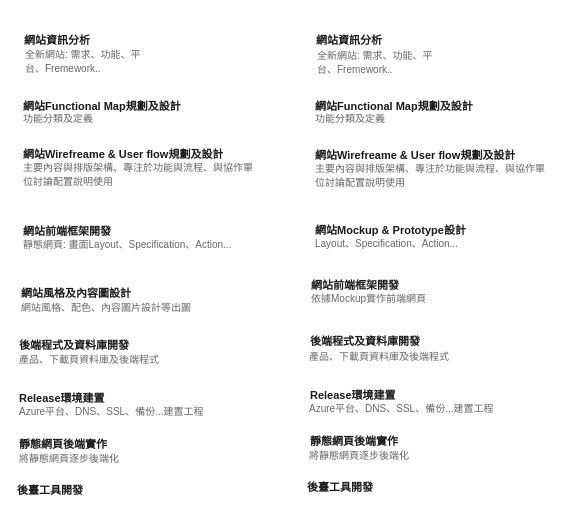
The draw.io diagram 網站進行方式.drawio in neil0314/neil0314, before the edit. Source tidied: cells renumbered, new cells numbered last; positions are measured from the earlier drawing's top-left corner, leaving out a move shared by most shapes. Both pictures are drawn from the tidied source at 100%, with x=0, y=0 at pixel (17, 16).
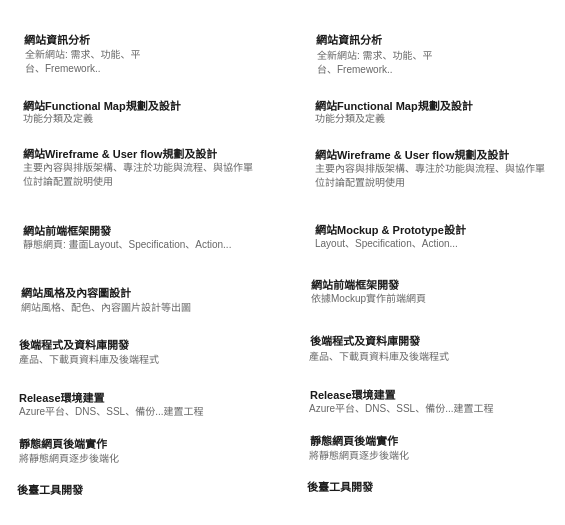
The same diagram, later.

Commit message:
更新網站進行方式.drawio

Diff of the diagram source:
```diff
@@
-    <mxCell id="6" value="&lt;h1 style=&quot;margin-top: 0px;&quot;&gt;&lt;font style=&quot;font-size: 11px;&quot;&gt;網站Wirefreame &amp;amp; User flow規劃及設計&lt;/font&gt;&lt;/h1&gt;" style="text;html=1;whiteSpace=wrap;overflow=hidden;rounded=0;labelBackgroundColor=none;fontColor=#1A1A1A;spacing=0;" parent="1" vertex="1">
+    <mxCell id="6" value="&lt;h1 style=&quot;margin-top: 0px;&quot;&gt;&lt;font style=&quot;font-size: 11px;&quot;&gt;網站Wireframe &amp;amp; User flow規劃及設計&lt;/font&gt;&lt;/h1&gt;" style="text;html=1;whiteSpace=wrap;overflow=hidden;rounded=0;labelBackgroundColor=none;fontColor=#1A1A1A;spacing=0;" parent="1" vertex="1">
       <mxGeometry x="5.5" y="115" width="208.5" height="34.5" as="geometry" />
     </mxCell>
@@
-    <mxCell id="23" value="&lt;h1 style=&quot;margin-top: 0px;&quot;&gt;&lt;font style=&quot;font-size: 11px;&quot;&gt;網站Wirefreame &amp;amp; User flow規劃及設計&lt;/font&gt;&lt;/h1&gt;" style="text;html=1;whiteSpace=wrap;overflow=hidden;rounded=0;labelBackgroundColor=none;fontColor=#1A1A1A;spacing=0;" parent="1" vertex="1">
+    <mxCell id="23" value="&lt;h1 style=&quot;margin-top: 0px;&quot;&gt;&lt;font style=&quot;font-size: 11px;&quot;&gt;網站Wireframe &amp;amp; User flow規劃及設計&lt;/font&gt;&lt;/h1&gt;" style="text;html=1;whiteSpace=wrap;overflow=hidden;rounded=0;labelBackgroundColor=none;fontColor=#1A1A1A;spacing=0;" parent="1" vertex="1">
       <mxGeometry x="297.8" y="115.5" width="208.5" height="34.5" as="geometry" />
     </mxCell>
```
